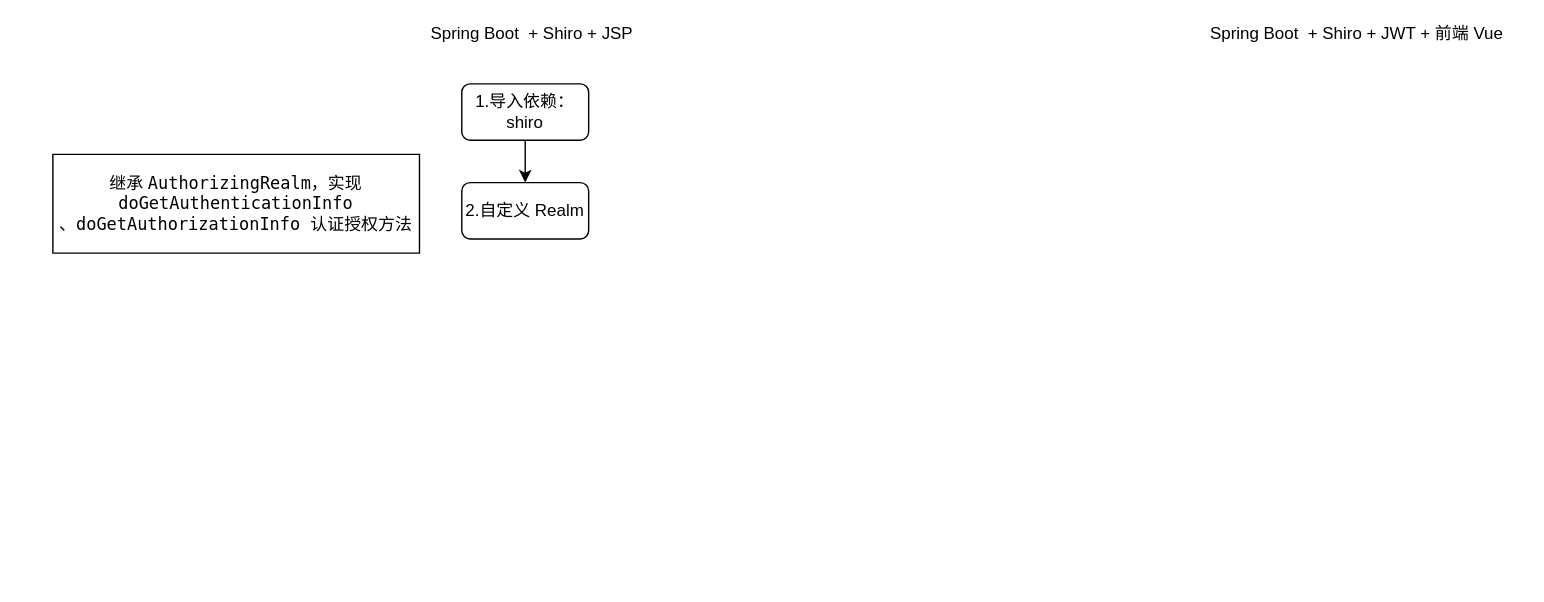
Above: t1.drawio in mayating/drawio-files (draw.io), before the change. Source tidied: cells renumbered, new cells numbered last; positions are measured from the earlier drawing's top-left corner, leaving out a move shared by most shapes. Both pictures are drawn from the tidied source at 141%, with x=0, y=0 at pixel (52, 27).
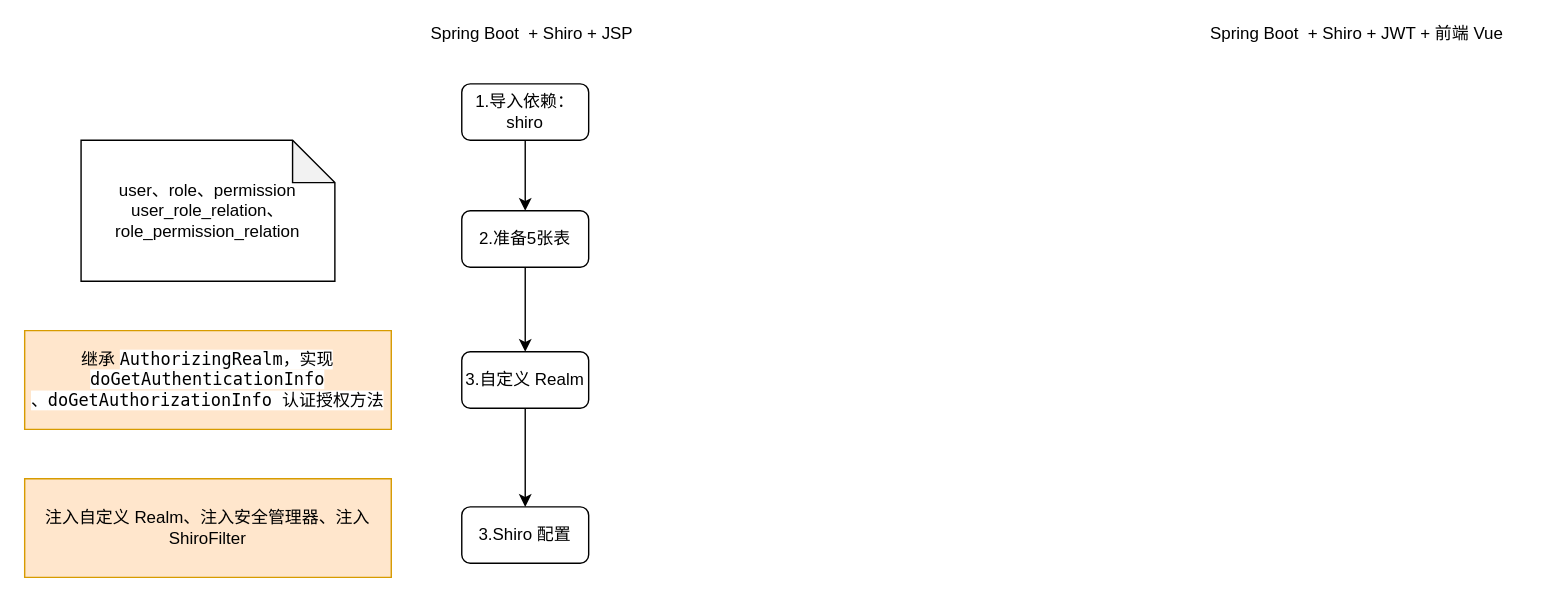
Above is the later version.

Diff of the diagram source:
```diff
@@
 <mxGraphModel>
   <root>
     <mxCell id="0" />
     <mxCell id="1" parent="0" />
     <mxCell id="2" value="Spring Boot&amp;nbsp; + Shiro + JSP" style="text;html=1;strokeColor=none;fillColor=none;align=center;verticalAlign=middle;whiteSpace=wrap;rounded=0;" parent="1" vertex="1">
       <mxGeometry x="250" width="180" height="10" as="geometry" />
     </mxCell>
     <mxCell id="3" value="Spring Boot&amp;nbsp; + Shiro + JWT + 前端 Vue" style="text;html=1;strokeColor=none;fillColor=none;align=center;verticalAlign=middle;whiteSpace=wrap;rounded=0;" parent="1" vertex="1">
       <mxGeometry x="810" width="230" height="10" as="geometry" />
     </mxCell>
     <mxCell id="4" style="edgeStyle=orthogonalEdgeStyle;rounded=0;jettySize=auto;html=1;" parent="1" edge="1" source="5" target="6">
       <mxGeometry relative="1" as="geometry" />
     </mxCell>
     <mxCell id="5" value="1.导入依赖：shiro" style="rounded=1;whiteSpace=wrap;html=1;" parent="1" vertex="1">
       <mxGeometry x="290" y="40" width="90" height="40" as="geometry" />
     </mxCell>
+    <mxCell id="8" style="edgeStyle=orthogonalEdgeStyle;rounded=0;jettySize=auto;html=1;" parent="1" edge="1" source="6" target="10">
+      <mxGeometry relative="1" as="geometry" />
+    </mxCell>
-    <mxCell id="6" value="2.自定义 Realm" style="rounded=1;whiteSpace=wrap;html=1;" parent="1" vertex="1">
-      <mxGeometry x="290" y="110" width="90" height="40" as="geometry" />
+    <mxCell id="6" value="2.准备5张表" style="rounded=1;whiteSpace=wrap;html=1;" parent="1" vertex="1">
+      <mxGeometry x="290" y="130" width="90" height="40" as="geometry" />
     </mxCell>
-    <mxCell id="7" value="继承&amp;nbsp;&lt;span style=&quot;background-color: rgb(255 , 255 , 255) ; font-family: &amp;#34;menlo&amp;#34; ; font-size: 9pt&quot;&gt;AuthorizingRealm，实现&lt;/span&gt;&lt;span style=&quot;font-family: &amp;#34;menlo&amp;#34; ; background-color: rgb(255 , 255 , 255)&quot;&gt;doGetAuthenticationInfo&lt;/span&gt;&lt;span style=&quot;background-color: rgb(255 , 255 , 255) ; font-family: &amp;#34;menlo&amp;#34; ; font-size: 9pt&quot;&gt;&lt;br&gt;、&lt;/span&gt;&lt;span style=&quot;background-color: rgb(255 , 255 , 255) ; font-family: &amp;#34;menlo&amp;#34; ; font-size: 9pt&quot;&gt;doGetAuthorizationInfo 认证授权方法&lt;/span&gt;" style="shape=note;whiteSpace=wrap;html=1;backgroundOutline=1;darkOpacity=0.05;size=0;" parent="1" vertex="1">
-      <mxGeometry y="90" width="260" height="70" as="geometry" />
+    <mxCell id="7" value="继承&amp;nbsp;&lt;span style=&quot;background-color: rgb(255 , 255 , 255) ; font-family: &amp;#34;menlo&amp;#34; ; font-size: 9pt&quot;&gt;AuthorizingRealm，实现&lt;/span&gt;&lt;span style=&quot;font-family: &amp;#34;menlo&amp;#34; ; background-color: rgb(255 , 255 , 255)&quot;&gt;doGetAuthenticationInfo&lt;/span&gt;&lt;span style=&quot;background-color: rgb(255 , 255 , 255) ; font-family: &amp;#34;menlo&amp;#34; ; font-size: 9pt&quot;&gt;&lt;br&gt;、&lt;/span&gt;&lt;span style=&quot;background-color: rgb(255 , 255 , 255) ; font-family: &amp;#34;menlo&amp;#34; ; font-size: 9pt&quot;&gt;doGetAuthorizationInfo 认证授权方法&lt;/span&gt;" style="shape=note;whiteSpace=wrap;html=1;backgroundOutline=1;darkOpacity=0.05;size=0;fillColor=#ffe6cc;strokeColor=#d79b00;" parent="1" vertex="1">
+      <mxGeometry x="-20" y="215" width="260" height="70" as="geometry" />
     </mxCell>
+    <mxCell id="9" style="edgeStyle=orthogonalEdgeStyle;rounded=0;jettySize=auto;html=1;" parent="1" edge="1" source="10" target="12">
+      <mxGeometry relative="1" as="geometry" />
+    </mxCell>
+    <mxCell id="10" value="3.自定义 Realm" style="rounded=1;whiteSpace=wrap;html=1;" parent="1" vertex="1">
+      <mxGeometry x="290" y="230" width="90" height="40" as="geometry" />
+    </mxCell>
+    <mxCell id="11" value="user、role、permission&lt;br&gt;user_role_relation、&lt;br&gt;role_permission_relation" style="shape=note;whiteSpace=wrap;html=1;backgroundOutline=1;darkOpacity=0.05;" parent="1" vertex="1">
+      <mxGeometry x="20" y="80" width="180" height="100" as="geometry" />
+    </mxCell>
+    <mxCell id="12" value="3.Shiro 配置" style="rounded=1;whiteSpace=wrap;html=1;" parent="1" vertex="1">
+      <mxGeometry x="290" y="340" width="90" height="40" as="geometry" />
+    </mxCell>
+    <mxCell id="13" value="注入自定义 Realm、注入安全管理器、注入 ShiroFilter" style="shape=note;whiteSpace=wrap;html=1;backgroundOutline=1;darkOpacity=0.05;size=0;fillColor=#ffe6cc;strokeColor=#d79b00;" parent="1" vertex="1">
+      <mxGeometry x="-20" y="320" width="260" height="70" as="geometry" />
+    </mxCell>
   </root>
 </mxGraphModel>
```
